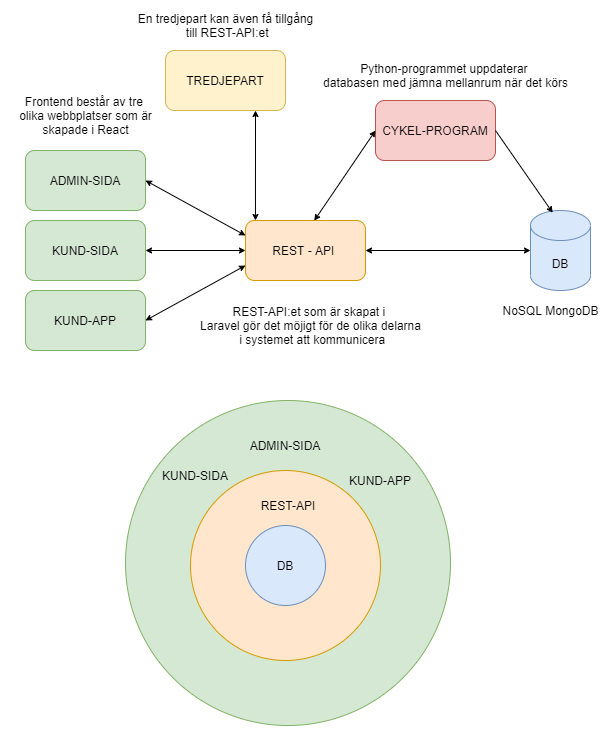
Above: images/översikt.png in Den-geografiska-oredan/eBike-system (draw.io), before the change. Source tidied: cells renumbered, new cells last; positions are measured from the earlier drawing's top-left corner, leaving out a move shared by most shapes.
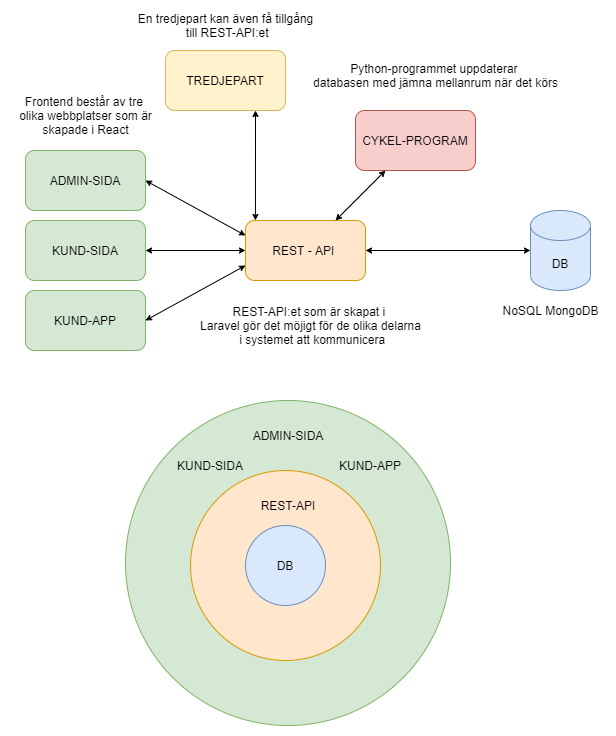
After the commit.

Diff of the diagram source:
```diff
@@ -15,7 +15,7 @@
       <mxGeometry x="15" y="140" width="120" height="60" as="geometry" />
     </mxCell>
     <mxCell id="6" value="CYKEL-PROGRAM" style="rounded=1;whiteSpace=wrap;html=1;fillColor=#f8cecc;strokeColor=#b85450;" parent="1" vertex="1">
-      <mxGeometry x="365" y="90" width="120" height="60" as="geometry" />
+      <mxGeometry x="345" y="100" width="120" height="60" as="geometry" />
     </mxCell>
     <mxCell id="7" style="endArrow=classic;startArrow=classic;html=1;rounded=0;exitX=1;exitY=0.5;exitDx=0;exitDy=0;entryX=0;entryY=0.25;entryDx=0;entryDy=0;startSize=4;endSize=4;" parent="1" edge="1" source="5" target="2">
       <mxGeometry relative="1" as="geometry" />
@@ -26,7 +26,7 @@
     <mxCell id="9" style="endArrow=classic;startArrow=classic;html=1;rounded=0;exitX=1;exitY=0.5;exitDx=0;exitDy=0;entryX=0;entryY=0.75;entryDx=0;entryDy=0;endSize=4;startSize=4;" parent="1" edge="1" source="4" target="2">
       <mxGeometry relative="1" as="geometry" />
     </mxCell>
-    <mxCell id="10" style="endArrow=classic;startArrow=classic;html=1;rounded=0;exitX=0.573;exitY=0.003;exitDx=0;exitDy=0;exitPerimeter=0;entryX=0;entryY=0.5;entryDx=0;entryDy=0;startSize=4;endSize=4;" parent="1" edge="1" source="2" target="6">
+    <mxCell id="10" style="endArrow=classic;startArrow=classic;html=1;rounded=0;exitX=0.75;exitY=0;exitDx=0;exitDy=0;startSize=4;endSize=4;entryX=0.25;entryY=1;entryDx=0;entryDy=0;" parent="1" edge="1" source="2" target="6">
       <mxGeometry relative="1" as="geometry" />
     </mxCell>
     <mxCell id="11" style="endArrow=classic;startArrow=classic;html=1;rounded=0;exitX=1;exitY=0.5;exitDx=0;exitDy=0;startSize=4;endSize=4;" parent="1" edge="1" source="2" target="12">
@@ -45,11 +45,8 @@
       <mxGeometry x="485" y="290" width="110" height="20" as="geometry" />
     </mxCell>
     <mxCell id="16" value="Python-programmet uppdaterar &lt;br&gt;databasen med jämna mellanrum när det körs" style="text;html=1;align=center;verticalAlign=middle;strokeColor=none;fillColor=none;" parent="1" vertex="1">
-      <mxGeometry x="305" y="50" width="260" height="30" as="geometry" />
+      <mxGeometry x="295" y="50" width="260" height="30" as="geometry" />
     </mxCell>
-    <mxCell id="17" style="endArrow=classic;html=1;rounded=0;startSize=4;endSize=4;exitX=1;exitY=0.5;exitDx=0;exitDy=0;entryX=0.37;entryY=0.028;entryDx=0;entryDy=0;entryPerimeter=0;" parent="1" edge="1" source="6" target="12">
-      <mxGeometry relative="1" as="geometry" />
-    </mxCell>
     <mxCell id="18" value="REST-API:et som är skapat i &lt;br&gt;Laravel&amp;nbsp;gör det möjigt för de&amp;nbsp;olika delarna&lt;br&gt;&amp;nbsp;i systemet att kommunicera" style="text;html=1;align=center;verticalAlign=middle;strokeColor=none;fillColor=none;" parent="1" vertex="1">
       <mxGeometry x="180" y="290" width="240" height="50" as="geometry" />
     </mxCell>
@@ -72,13 +69,13 @@
       <mxGeometry x="235" y="515" width="80" height="80" as="geometry" />
     </mxCell>
     <mxCell id="25" value="ADMIN-SIDA" style="text;html=1;strokeColor=none;fillColor=none;align=center;verticalAlign=middle;whiteSpace=wrap;rounded=0;" parent="1" vertex="1">
-      <mxGeometry x="235" y="420" width="80" height="30" as="geometry" />
+      <mxGeometry x="237.5" y="410" width="80" height="30" as="geometry" />
     </mxCell>
     <mxCell id="26" value="KUND-SIDA" style="text;html=1;strokeColor=none;fillColor=none;align=center;verticalAlign=middle;whiteSpace=wrap;rounded=0;" parent="1" vertex="1">
-      <mxGeometry x="150" y="450" width="70" height="30" as="geometry" />
+      <mxGeometry x="165" y="440" width="70" height="30" as="geometry" />
     </mxCell>
     <mxCell id="27" value="KUND-APP" style="text;html=1;strokeColor=none;fillColor=none;align=center;verticalAlign=middle;whiteSpace=wrap;rounded=0;" parent="1" vertex="1">
-      <mxGeometry x="335" y="455" width="70" height="30" as="geometry" />
+      <mxGeometry x="325" y="440" width="70" height="30" as="geometry" />
     </mxCell>
   </root>
 </mxGraphModel>
```
